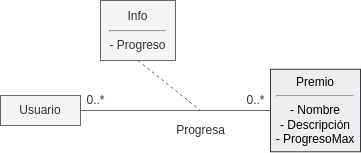
The draw.io diagram documentacion/funcionalidad 6/MD-funcionalidad6.png in mikel-egana-aranguren/ADSI-22-23-Tetris, before a commit. Source tidied: cells renumbered, new cells last; positions are measured from the earlier drawing's top-left corner, leaving out a move shared by most shapes.
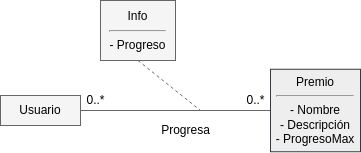
After the change.

Commit message:
actualizada foto func6

Change to the diagram source:
```diff
@@ -5,7 +5,7 @@
     <mxCell id="2" style="edgeStyle=none;html=1;exitX=1;exitY=0.5;exitDx=0;exitDy=0;endArrow=none;endFill=0;fillColor=#f5f5f5;strokeColor=#666666;" parent="1" edge="1" source="3" target="4">
       <mxGeometry relative="1" as="geometry" />
     </mxCell>
-    <mxCell id="3" value="Usuario" style="rounded=0;whiteSpace=wrap;html=1;fillColor=#f5f5f5;strokeColor=#666666;fontColor=#333333;" parent="1" vertex="1">
+    <mxCell id="3" value="Usuario" style="rounded=0;whiteSpace=wrap;html=1;fillColor=#f5f5f5;strokeColor=#666666;fontColor=#000000;" parent="1" vertex="1">
       <mxGeometry y="95" width="80" height="30" as="geometry" />
     </mxCell>
     <mxCell id="4" value="Premio&lt;hr&gt;- Nombre&lt;br&gt;- Descripción&lt;br&gt;- ProgresoMax" style="rounded=0;whiteSpace=wrap;html=1;fillColor=#eeeeee;strokeColor=#36393d;fontColor=#000000;" parent="1" vertex="1">
@@ -16,17 +16,17 @@
         <mxPoint x="200" y="110" as="targetPoint" />
       </mxGeometry>
     </mxCell>
-    <mxCell id="6" value="Info&lt;br&gt;&lt;hr&gt;- Progreso" style="rounded=0;whiteSpace=wrap;html=1;fontColor=#333333;fillColor=#f5f5f5;strokeColor=#666666;" parent="1" vertex="1">
+    <mxCell id="6" value="Info&lt;br&gt;&lt;hr&gt;- Progreso" style="rounded=0;whiteSpace=wrap;html=1;fontColor=#000000;fillColor=#f5f5f5;strokeColor=#666666;" parent="1" vertex="1">
       <mxGeometry x="100" width="75" height="60" as="geometry" />
     </mxCell>
-    <mxCell id="7" value="0..*" style="text;html=1;align=center;verticalAlign=middle;strokeColor=none;fillColor=none;fontSize=12;fontFamily=Helvetica;fontColor=#333333;" parent="1" vertex="1">
+    <mxCell id="7" value="0..*" style="text;html=1;align=center;verticalAlign=middle;strokeColor=none;fillColor=none;fontSize=12;fontFamily=Helvetica;fontColor=#000000;" parent="1" vertex="1">
       <mxGeometry x="80" y="90" width="30" height="20" as="geometry" />
     </mxCell>
-    <mxCell id="8" value="0..*" style="text;html=1;align=center;verticalAlign=middle;strokeColor=none;fillColor=none;fontSize=12;fontFamily=Helvetica;fontColor=#333333;" parent="1" vertex="1">
+    <mxCell id="8" value="0..*" style="text;html=1;align=center;verticalAlign=middle;strokeColor=none;fillColor=none;fontSize=12;fontFamily=Helvetica;fontColor=#000000;" parent="1" vertex="1">
       <mxGeometry x="240" y="90" width="30" height="20" as="geometry" />
     </mxCell>
-    <mxCell id="9" value="Progresa" style="text;html=1;align=center;verticalAlign=middle;strokeColor=none;fillColor=none;fontColor=#2E2E2E;" parent="1" vertex="1">
-      <mxGeometry x="170" y="120" width="60" height="20" as="geometry" />
+    <mxCell id="9" value="Progresa" style="text;html=1;align=center;verticalAlign=middle;strokeColor=none;fillColor=none;fontColor=#000000;" parent="1" vertex="1">
+      <mxGeometry x="155" y="120" width="60" height="20" as="geometry" />
     </mxCell>
   </root>
 </mxGraphModel>
```
